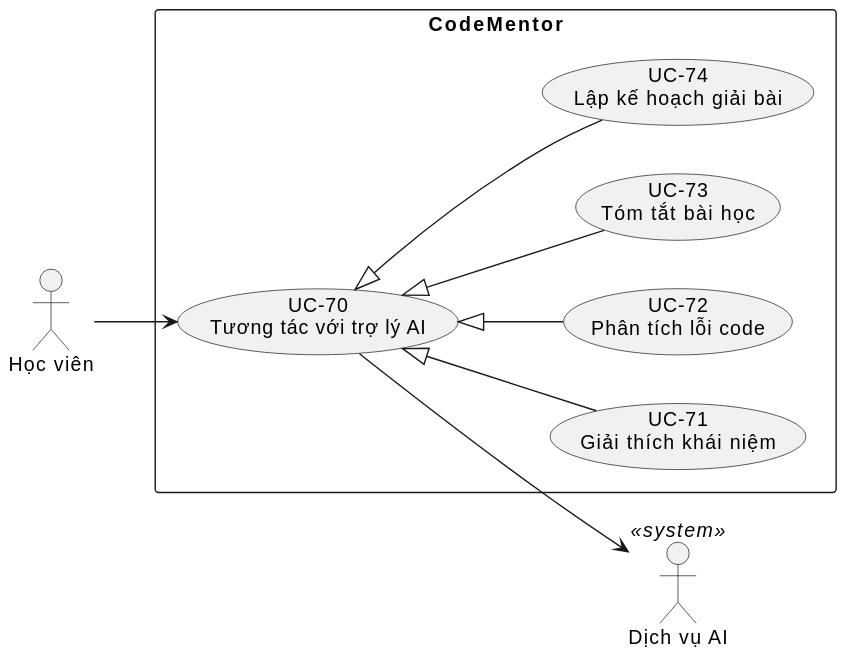
The PlantUML diagram docs/diagrams/p7-ai.svg in codementor-official/codementor-infra, before a commit. The source it was exported from:
```plantuml
@startuml
left to right direction
actor "Học viên" as Learner

rectangle "CodeMentor" {
  usecase "UC-70\nTương tác với trợ lý AI" as UC70
  usecase "UC-71\nGiải thích khái niệm" as UC71
  usecase "UC-72\nPhân tích lỗi code" as UC72
  usecase "UC-73\nTóm tắt bài học" as UC73
  usecase "UC-74\nLập kế hoạch giải bài" as UC74

  UC70 <|-- UC71
  UC70 <|-- UC72
  UC70 <|-- UC73
  UC70 <|-- UC74
}

actor "Dịch vụ AI" as AI <<system>>

Learner --> UC70
UC70 --> AI
@enduml
```
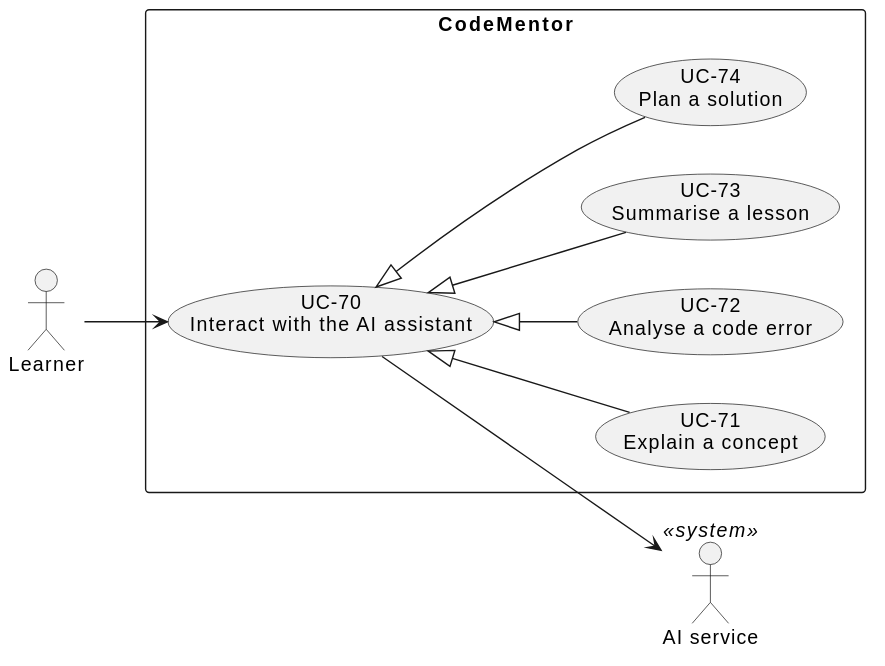
After the change.

Diff of the diagram source:
```diff
@@ -1,13 +1,13 @@
 @startuml
 left to right direction
-actor "Học viên" as Learner
+actor "Learner" as Learner
 
 rectangle "CodeMentor" {
-  usecase "UC-70\nTương tác với trợ lý AI" as UC70
-  usecase "UC-71\nGiải thích khái niệm" as UC71
-  usecase "UC-72\nPhân tích lỗi code" as UC72
-  usecase "UC-73\nTóm tắt bài học" as UC73
-  usecase "UC-74\nLập kế hoạch giải bài" as UC74
+  usecase "UC-70\nInteract with the AI assistant" as UC70
+  usecase "UC-71\nExplain a concept" as UC71
+  usecase "UC-72\nAnalyse a code error" as UC72
+  usecase "UC-73\nSummarise a lesson" as UC73
+  usecase "UC-74\nPlan a solution" as UC74
 
   UC70 <|-- UC71
   UC70 <|-- UC72
@@ -15,7 +15,7 @@
   UC70 <|-- UC74
 }
 
-actor "Dịch vụ AI" as AI <<system>>
+actor "AI service" as AI <<system>>
 
 Learner --> UC70
 UC70 --> AI
```
